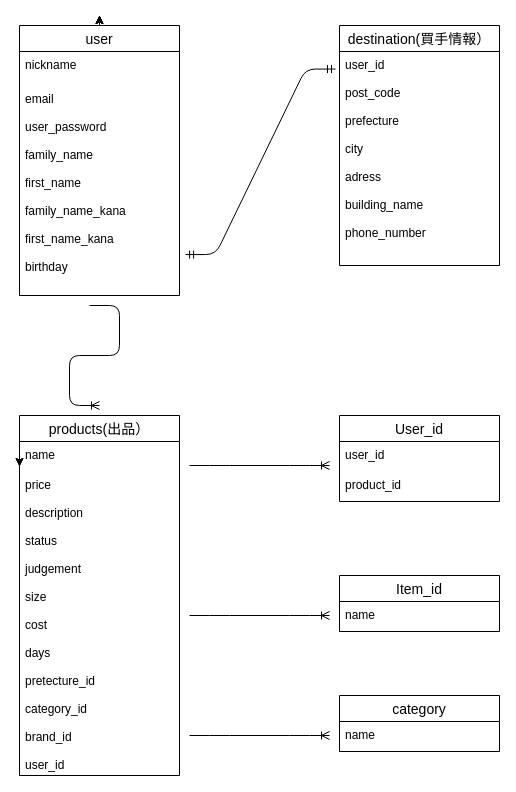
kitou44/furima-30571 keeps this draw.io diagram as page "ページ1" (1 of 3) of test.dio. Above is the earlier version. Source tidied: cells renumbered, new cells numbered last; positions are measured from the earlier drawing's top-left corner, leaving out a move shared by most shapes. Both pictures are drawn from the tidied source at 100%, with x=0, y=0 at pixel (19, 15).
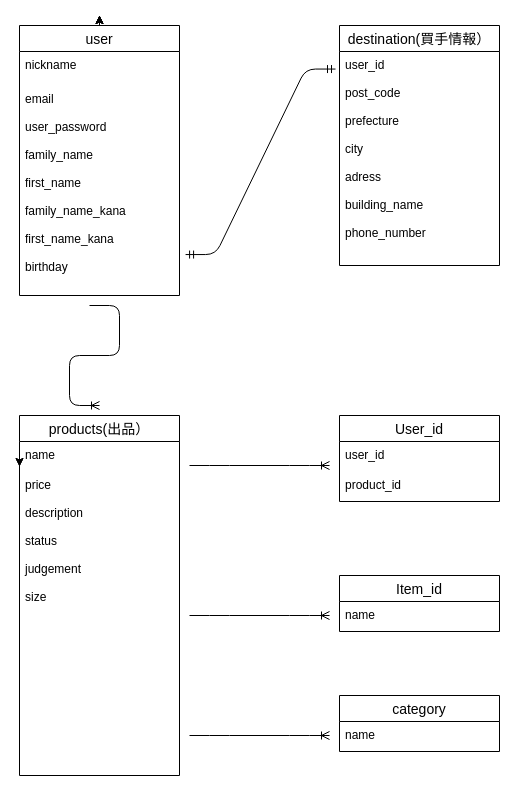
Above is the later version.

Unchanged cells that the change refers to:
```xml
<mxCell id="10" value="products(出品）" style="swimlane;fontStyle=0;horizontal=1;startSize=26;align=center;fontSize=14;rounded=0;sketch=0;" parent="1" vertex="1">
  <mxGeometry y="400" width="160" height="360" as="geometry" />
</mxCell>
```

Diff of the diagram source:
```diff
@@
-    <mxCell id="12" value="price&#10;&#10;description&#10;&#10;status&#10;&#10;judgement&#10;&#10;size&#10;&#10;cost&#10;&#10;days&#10;&#10;pretecture_id&#10;&#10;category_id&#10;&#10;brand_id&#10;&#10;user_id&#10;&#10;" style="text;strokeColor=none;fillColor=none;spacingLeft=4;spacingRight=4;overflow=hidden;fontSize=12;" parent="10" vertex="1">
+    <mxCell id="12" value="price&#10;&#10;description&#10;&#10;status&#10;&#10;judgement&#10;&#10;size&#10;" style="text;strokeColor=none;fillColor=none;spacingLeft=4;spacingRight=4;overflow=hidden;fontSize=12;" parent="10" vertex="1">
       <mxGeometry y="56" width="160" height="304" as="geometry" />
     </mxCell>
```
